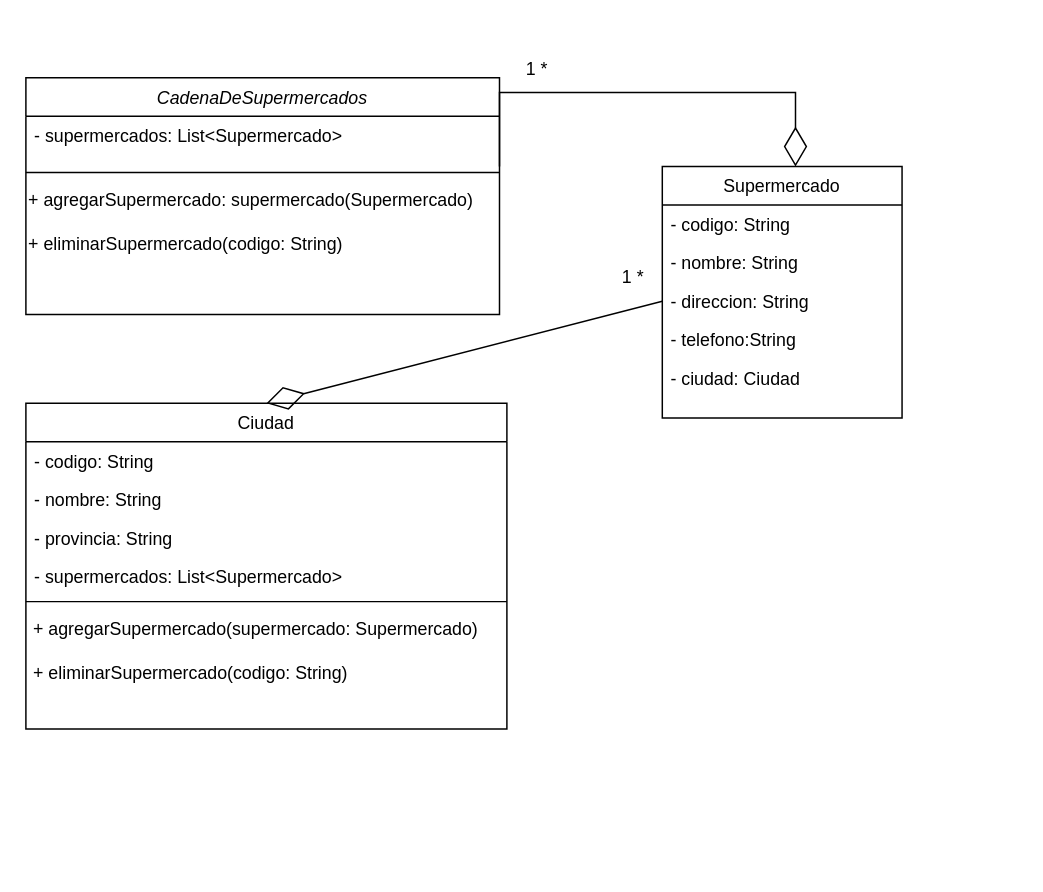
The draw.io diagram cadena_de_supermercados_2.drawio in vitoriadelanachaves/uml_class_diagram, before the edit. Source tidied: cells renumbered, new cells numbered last; positions are measured from the earlier drawing's top-left corner, leaving out a move shared by most shapes. Both pictures are drawn from the tidied source at 148%, with x=0, y=0 at pixel (25, 47).
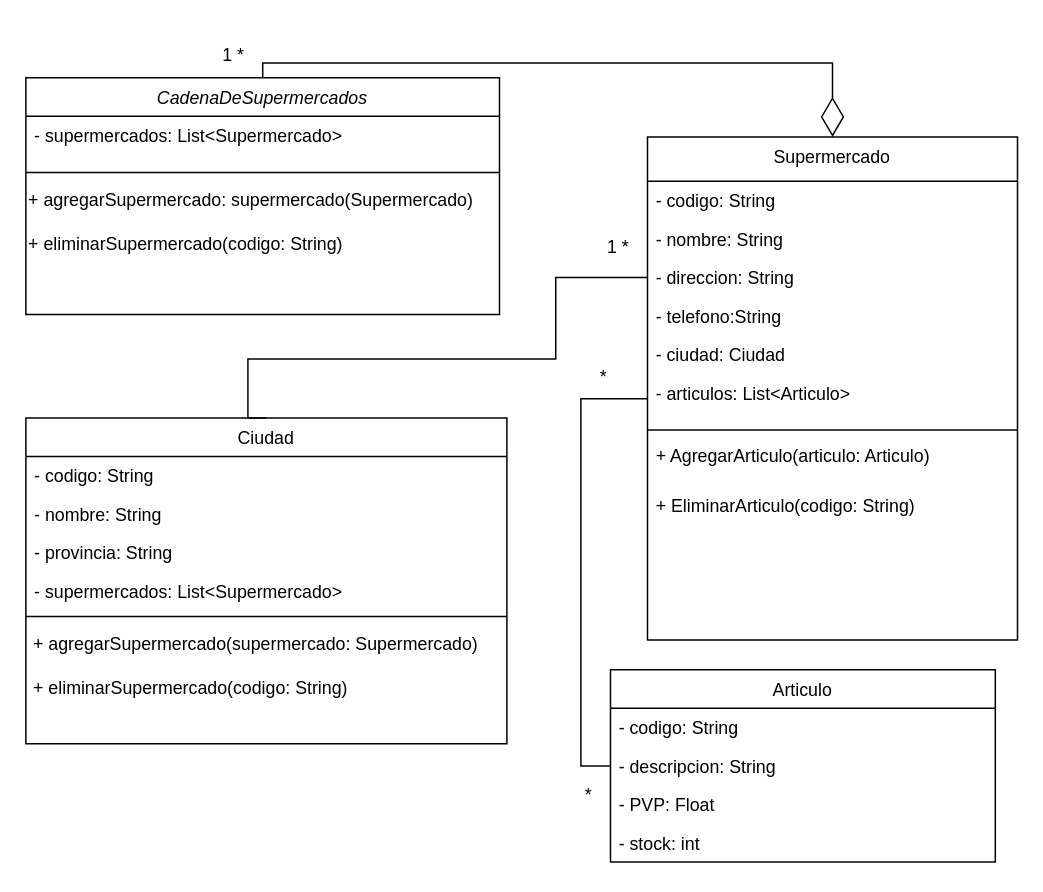
Above is the later version.

Unchanged cells that the change refers to:
```xml
<mxCell id="2" value="CadenaDeSupermercados" style="swimlane;fontStyle=2;align=center;verticalAlign=top;horizontal=1;startSize=26;rounded=0;shadow=0;strokeWidth=1;" parent="1" vertex="1">
  <mxGeometry y="20" width="320" height="160" as="geometry" />
</mxCell>
```

Change to the diagram source:
```diff
@@
     <mxCell id="7" value="Ciudad" style="swimlane;fontStyle=0;align=center;verticalAlign=top;horizontal=1;startSize=26;rounded=0;shadow=0;strokeWidth=1;" parent="1" vertex="1">
-      <mxGeometry y="240" width="325" height="220" as="geometry" />
+      <mxGeometry y="250" width="325" height="220" as="geometry" />
     </mxCell>
@@
-    <mxCell id="15" value="Supermercado" style="swimlane;fontStyle=0;align=center;verticalAlign=top;horizontal=1;startSize=26;rounded=0;shadow=0;strokeWidth=1;" parent="1" vertex="1">
-      <mxGeometry x="430" y="80" width="162" height="170" as="geometry" />
+    <mxCell id="15" value="Supermercado" style="swimlane;fontStyle=0;align=center;verticalAlign=top;horizontal=1;startSize=30;rounded=0;shadow=0;strokeWidth=1;" parent="1" vertex="1">
+      <mxGeometry x="420" y="60" width="250" height="340" as="geometry" />
     </mxCell>
     <mxCell id="16" value="- codigo: String" style="text;align=left;verticalAlign=top;spacingLeft=4;spacingRight=4;overflow=hidden;rounded=0;shadow=0;html=0;" parent="15" vertex="1">
-      <mxGeometry y="26" width="162" height="26" as="geometry" />
+      <mxGeometry y="30" width="250" height="26" as="geometry" />
     </mxCell>
     <mxCell id="17" value="- nombre: String" style="text;align=left;verticalAlign=top;spacingLeft=4;spacingRight=4;overflow=hidden;rounded=0;shadow=0;html=0;" parent="15" vertex="1">
-      <mxGeometry y="52" width="162" height="26" as="geometry" />
+      <mxGeometry y="56" width="250" height="26" as="geometry" />
     </mxCell>
     <mxCell id="18" value="- direccion: String" style="text;align=left;verticalAlign=top;spacingLeft=4;spacingRight=4;overflow=hidden;points=[[0,0.5],[1,0.5]];portConstraint=eastwest;rounded=0;shadow=0;html=0;" parent="15" vertex="1">
-      <mxGeometry y="78" width="162" height="26" as="geometry" />
+      <mxGeometry y="82" width="250" height="26" as="geometry" />
     </mxCell>
     <mxCell id="19" value="- telefono:String" style="text;align=left;verticalAlign=top;spacingLeft=4;spacingRight=4;overflow=hidden;rounded=0;shadow=0;html=0;" parent="15" vertex="1">
-      <mxGeometry y="104" width="162" height="26" as="geometry" />
+      <mxGeometry y="108" width="250" height="26" as="geometry" />
     </mxCell>
     <mxCell id="20" value="- ciudad: Ciudad" style="text;align=left;verticalAlign=top;spacingLeft=4;spacingRight=4;overflow=hidden;" parent="15" vertex="1">
-      <mxGeometry y="130" width="162" height="26" as="geometry" />
+      <mxGeometry y="134" width="250" height="26" as="geometry" />
     </mxCell>
+    <mxCell id="25" value="- articulos: List&lt;Articulo&gt;" style="text;align=left;verticalAlign=top;spacingLeft=4;spacingRight=4;overflow=hidden;points=[[0,0.5],[1,0.5]];portConstraint=eastwest;" parent="15" vertex="1">
+      <mxGeometry y="160" width="250" height="34" as="geometry" />
+    </mxCell>
+    <mxCell id="26" style="line;html=1;strokeWidth=1;align=left;verticalAlign=middle;spacingTop=-1;spacingLeft=3;spacingRight=3;labelPosition=right;" parent="15" vertex="1">
+      <mxGeometry y="194" width="250" height="8" as="geometry" />
+    </mxCell>
+    <mxCell id="27" value="+ AgregarArticulo(articulo: Articulo)" style="text;align=left;verticalAlign=top;spacingLeft=4;spacingRight=4;overflow=hidden;" parent="15" vertex="1">
+      <mxGeometry y="202" width="250" height="34" as="geometry" />
+    </mxCell>
+    <mxCell id="28" value="+ EliminarArticulo(codigo: String)" style="text;align=left;verticalAlign=top;spacingLeft=4;spacingRight=4;overflow=hidden;" parent="15" vertex="1">
+      <mxGeometry y="236" width="250" height="34" as="geometry" />
+    </mxCell>
     <mxCell id="21" value="1 *" style="text;html=1;align=center;verticalAlign=middle;strokeColor=none;fillColor=none;" parent="1" vertex="1">
-      <mxGeometry x="390" y="140" width="40" height="30" as="geometry" />
+      <mxGeometry x="380" y="120" width="40" height="30" as="geometry" />
     </mxCell>
     <mxCell id="22" value="1 *" style="text;html=1;align=center;verticalAlign=middle;strokeColor=none;fillColor=none;" parent="1" vertex="1">
-      <mxGeometry x="325" width="40" height="30" as="geometry" />
+      <mxGeometry x="120" y="-10" width="40" height="30" as="geometry" />
     </mxCell>
-    <mxCell id="23" style="endArrow=diamondThin;endFill=0;endSize=24;html=1;rounded=0;exitX=1.011;exitY=-0.085;exitDx=0;exitDy=0;exitPerimeter=0;edgeStyle=orthogonalEdgeStyle;" parent="1" edge="1">
-      <mxGeometry relative="1" as="geometry">
-        <mxPoint x="320" y="80" as="sourcePoint" />
-        <mxPoint x="520" y="80" as="targetPoint" />
-        <Array as="points">
-          <mxPoint x="320" y="30" />
-          <mxPoint x="520" y="30" />
-        </Array>
-      </mxGeometry>
-    </mxCell>
-    <mxCell id="24" style="endArrow=diamondThin;endFill=0;endSize=24;html=1;rounded=0;entryX=0.5;entryY=0;entryDx=0;entryDy=0;exitX=0;exitY=0.5;exitDx=0;exitDy=0;" parent="1" edge="1" source="18" target="7">
-      <mxGeometry relative="1" as="geometry" />
-    </mxCell>
+    <mxCell id="29" value="Articulo" style="swimlane;fontStyle=0;align=center;verticalAlign=top;horizontal=1;startSize=26;rounded=0;shadow=0;strokeWidth=1;" parent="1" vertex="1">
+      <mxGeometry x="395" y="420" width="260" height="130" as="geometry" />
+    </mxCell>
+    <mxCell id="30" value="- codigo: String" style="text;align=left;verticalAlign=top;spacingLeft=4;spacingRight=4;overflow=hidden;" parent="29" vertex="1">
+      <mxGeometry y="26" width="260" height="26" as="geometry" />
+    </mxCell>
+    <mxCell id="31" value="- descripcion: String" style="text;align=left;verticalAlign=top;spacingLeft=4;spacingRight=4;overflow=hidden;points=[[0,0.5],[1,0.5]];portConstraint=eastwest;rounded=0;shadow=0;html=0;" parent="29" vertex="1">
+      <mxGeometry y="52" width="260" height="26" as="geometry" />
+    </mxCell>
+    <mxCell id="32" value="- PVP: Float" style="text;align=left;verticalAlign=top;spacingLeft=4;spacingRight=4;overflow=hidden;fontStyle=0;" parent="29" vertex="1">
+      <mxGeometry y="78" width="260" height="26" as="geometry" />
+    </mxCell>
+    <mxCell id="33" value="- stock: int" style="text;align=left;verticalAlign=top;spacingLeft=4;spacingRight=4;overflow=hidden;" parent="29" vertex="1">
+      <mxGeometry y="104" width="260" height="26" as="geometry" />
+    </mxCell>
+    <mxCell id="34" style="endArrow=diamondThin;endFill=0;endSize=24;html=1;rounded=0;entryX=0.5;entryY=0;entryDx=0;entryDy=0;exitX=0.5;exitY=0;exitDx=0;exitDy=0;edgeStyle=orthogonalEdgeStyle;" parent="1" edge="1" source="2" target="15">
+      <mxGeometry relative="1" as="geometry" />
+    </mxCell>
+    <mxCell id="35" style="rounded=0;jettySize=auto;html=1;exitX=0.5;exitY=0;exitDx=0;exitDy=0;entryX=0;entryY=0.5;entryDx=0;entryDy=0;endArrow=none;endFill=0;edgeStyle=orthogonalEdgeStyle;" parent="1" edge="1" source="7" target="18">
+      <mxGeometry relative="1" as="geometry">
+        <Array as="points">
+          <mxPoint x="150" y="250" />
+          <mxPoint x="150" y="210" />
+          <mxPoint x="358" y="210" />
+          <mxPoint x="358" y="155" />
+        </Array>
+      </mxGeometry>
+    </mxCell>
+    <mxCell id="36" style="edgeStyle=orthogonalEdgeStyle;rounded=0;jettySize=auto;html=1;exitX=0;exitY=0.5;exitDx=0;exitDy=0;entryX=0;entryY=0.5;entryDx=0;entryDy=0;endArrow=none;endFill=0;" parent="1" edge="1" source="31" target="25">
+      <mxGeometry relative="1" as="geometry" />
+    </mxCell>
+    <mxCell id="37" value="*" style="text;html=1;align=center;verticalAlign=middle;strokeColor=none;fillColor=none;" parent="1" vertex="1">
+      <mxGeometry x="375" y="208" width="30" height="30" as="geometry" />
+    </mxCell>
+    <mxCell id="38" value="*" style="text;html=1;align=center;verticalAlign=middle;strokeColor=none;fillColor=none;" parent="1" vertex="1">
+      <mxGeometry x="365" y="490" width="30" height="30" as="geometry" />
+    </mxCell>
```
